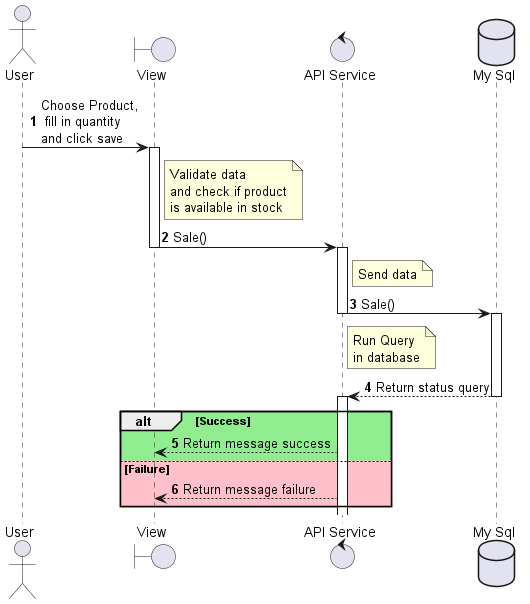
Earlier version of the PlantUML export out/sequenceDiagram_Sale/sequenceDiagram_Sale.png (Fitranda/Diagram).
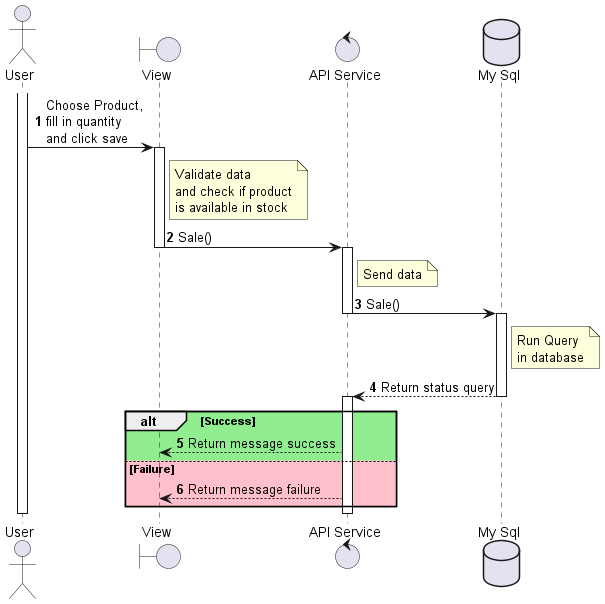
Later version of the same file.

Change to the diagram source:
```diff
@@ -5,16 +5,26 @@
 database "My Sql" as DB
 
 autonumber
-User -> View --++ : Choose Product,\n fill in quantity\nand click save
+activate User
+User -> View : Choose Product,\nfill in quantity\nand click save
+activate View
 note right of View: Validate data\nand check if product\nis available in stock
-View -> APIService --++ : Sale()
+View -> APIService : Sale()
+deactivate View
+activate APIService
 note right of APIService: Send data
-APIService -> DB --++ : Sale()
-note right of APIService: Run Query\nin database
-DB --> APIService --++ : Return status query
-alt #LightGreen  Success
-    APIService --> View  : Return message success
+APIService -> DB : Sale()
+deactivate APIService
+activate DB
+note right of DB: Run Query\nin database
+DB --> APIService : Return status query
+deactivate DB
+activate APIService
+alt #LightGreen Success
+    APIService --> View : Return message success
 else #Pink Failure
-    APIService --> View  : Return message failure
+    APIService --> View : Return message failure
 end
+deactivate User
+deactivate APIService
 @enduml
```
